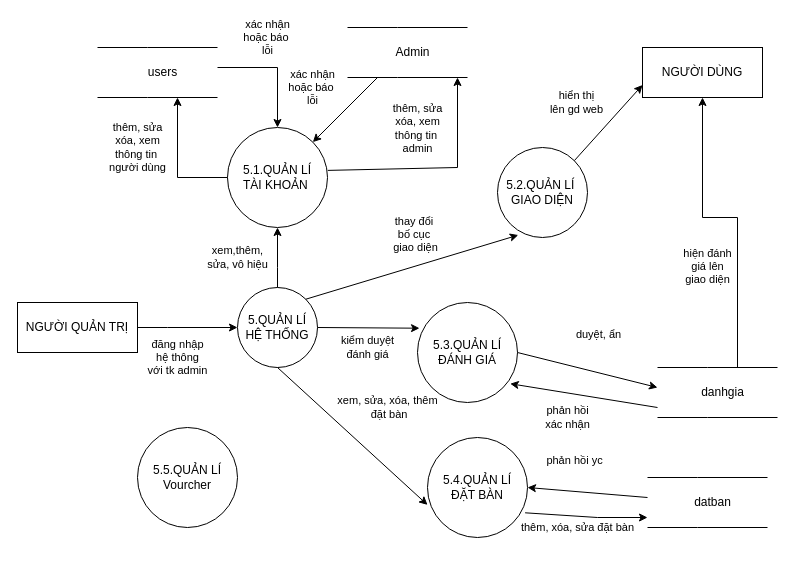
The draw.io diagram page "quản lí hệ thống" (11 of 11) of Biểu đồ không có tiêu đề.drawio in trucka312/diagram, before the edit. Source tidied: cells renumbered, new cells numbered last; positions are measured from the earlier drawing's top-left corner, leaving out a move shared by most shapes. Both pictures are drawn from the tidied source at 100%, with x=0, y=0 at pixel (17, 27).
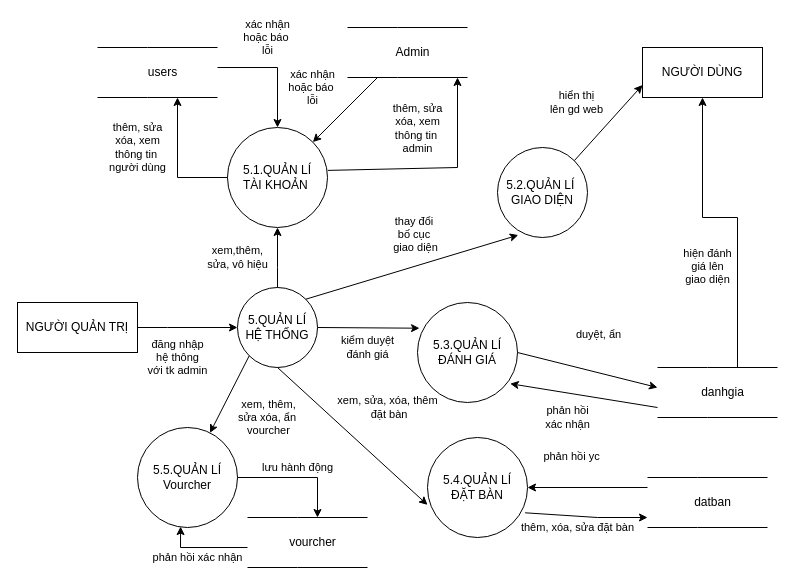
After the change.

Unchanged cells that the change refers to:
```xml
<mxCell id="2" value="5.QUẢN LÍ &lt;br&gt;HỆ THỐNG" style="ellipse;whiteSpace=wrap;html=1;" parent="1" vertex="1">
  <mxGeometry x="220" y="260" width="80" height="80" as="geometry" />
</mxCell>
<mxCell id="10" value="5.4.QUẢN LÍ &lt;br&gt;ĐẶT BÀN" style="ellipse;whiteSpace=wrap;html=1;" parent="1" vertex="1">
  <mxGeometry x="410" y="410" width="100" height="100" as="geometry" />
</mxCell>
<mxCell id="36" value="5.5.QUẢN LÍ &lt;br&gt;Vourcher" style="ellipse;whiteSpace=wrap;html=1;" parent="1" vertex="1">
  <mxGeometry x="120" y="400" width="100" height="100" as="geometry" />
</mxCell>
```

Change to the diagram source:
```diff
@@
     <mxCell id="27" value="phản hồi yc" style="endArrow=classic;html=1;rounded=0;entryX=1;entryY=0.5;entryDx=0;entryDy=0;" parent="1" edge="1" target="10">
       <mxGeometry x="0.26" y="-31" relative="1" as="geometry">
-        <mxPoint x="630" y="470" as="sourcePoint" />
+        <mxPoint x="630" y="460" as="sourcePoint" />
       </mxGeometry>
     </mxCell>
@@
+    <mxCell id="37" value="xem, thêm, &lt;br&gt;sửa xóa, ẩn&amp;nbsp;&lt;br&gt;vourcher" style="endArrow=classic;html=1;rounded=0;exitX=0;exitY=1;exitDx=0;exitDy=0;" parent="1" edge="1" source="2" target="36">
+      <mxGeometry x="0.06" y="45" relative="1" as="geometry" />
+    </mxCell>
+    <mxCell id="38" style="endArrow=none;html=1;rounded=0;" parent="1" edge="1">
+      <mxGeometry relative="1" as="geometry">
+        <mxPoint x="230" y="490" as="sourcePoint" />
+        <mxPoint x="350" y="490" as="targetPoint" />
+        <Array as="points">
+          <mxPoint x="280" y="490" />
+        </Array>
+      </mxGeometry>
+    </mxCell>
+    <mxCell id="39" style="endArrow=none;html=1;rounded=0;" parent="1" edge="1">
+      <mxGeometry relative="1" as="geometry">
+        <mxPoint x="230" y="540" as="sourcePoint" />
+        <mxPoint x="350" y="540" as="targetPoint" />
+        <Array as="points">
+          <mxPoint x="280" y="540" />
+        </Array>
+      </mxGeometry>
+    </mxCell>
+    <mxCell id="40" value="vourcher" style="text;html=1;align=center;verticalAlign=middle;strokeColor=none;fillColor=none;" parent="1" vertex="1">
+      <mxGeometry x="260" y="500" width="70" height="30" as="geometry" />
+    </mxCell>
+    <mxCell id="41" value="lưu hành động" style="endArrow=classic;html=1;rounded=0;exitX=1;exitY=0.5;exitDx=0;exitDy=0;" parent="1" edge="1" source="36">
+      <mxGeometry y="10" relative="1" as="geometry">
+        <mxPoint x="300" y="490" as="targetPoint" />
+        <Array as="points">
+          <mxPoint x="300" y="450" />
+        </Array>
+      </mxGeometry>
+    </mxCell>
+    <mxCell id="42" value="phản hồi xác nhận" style="endArrow=classic;html=1;rounded=0;entryX=0.431;entryY=0.991;entryDx=0;entryDy=0;entryPerimeter=0;" parent="1" edge="1" target="36">
+      <mxGeometry x="0.14" y="10" relative="1" as="geometry">
+        <mxPoint x="230" y="520" as="sourcePoint" />
+        <Array as="points">
+          <mxPoint x="163" y="520" />
+        </Array>
+      </mxGeometry>
+    </mxCell>
```
